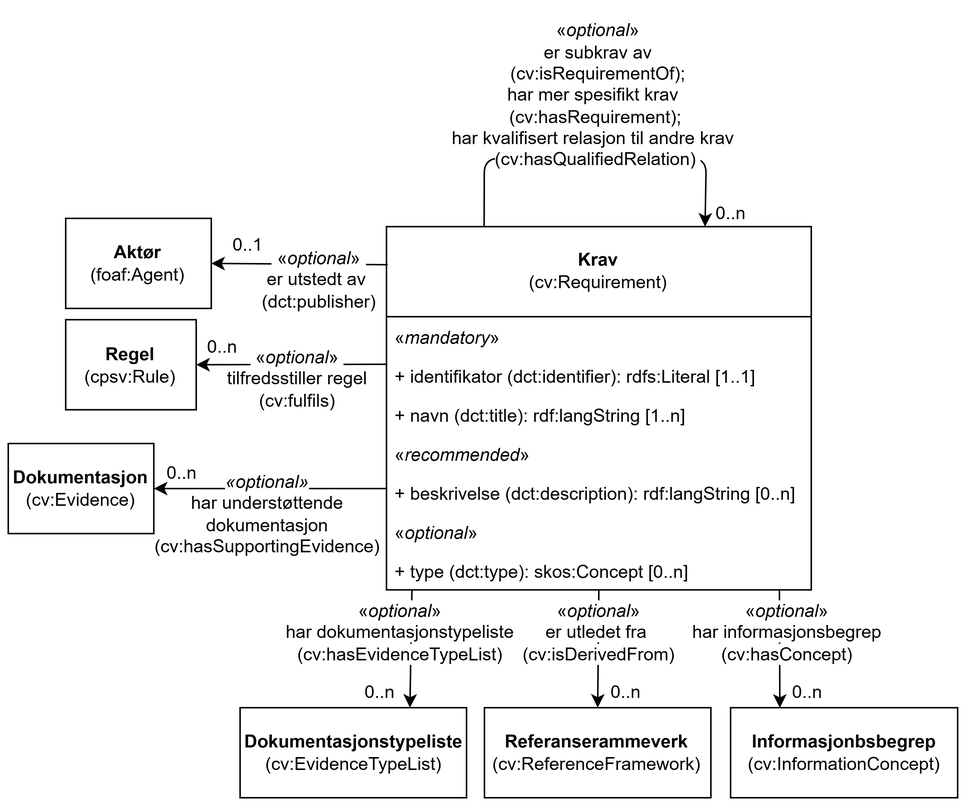
Earlier version of the draw.io export docs/images/KlassenKrav.png (Informasjonsforvaltning/cccev-ap-no). Source tidied: cells renumbered, new cells last; positions are measured from the earlier drawing's top-left corner, leaving out a move shared by most shapes.
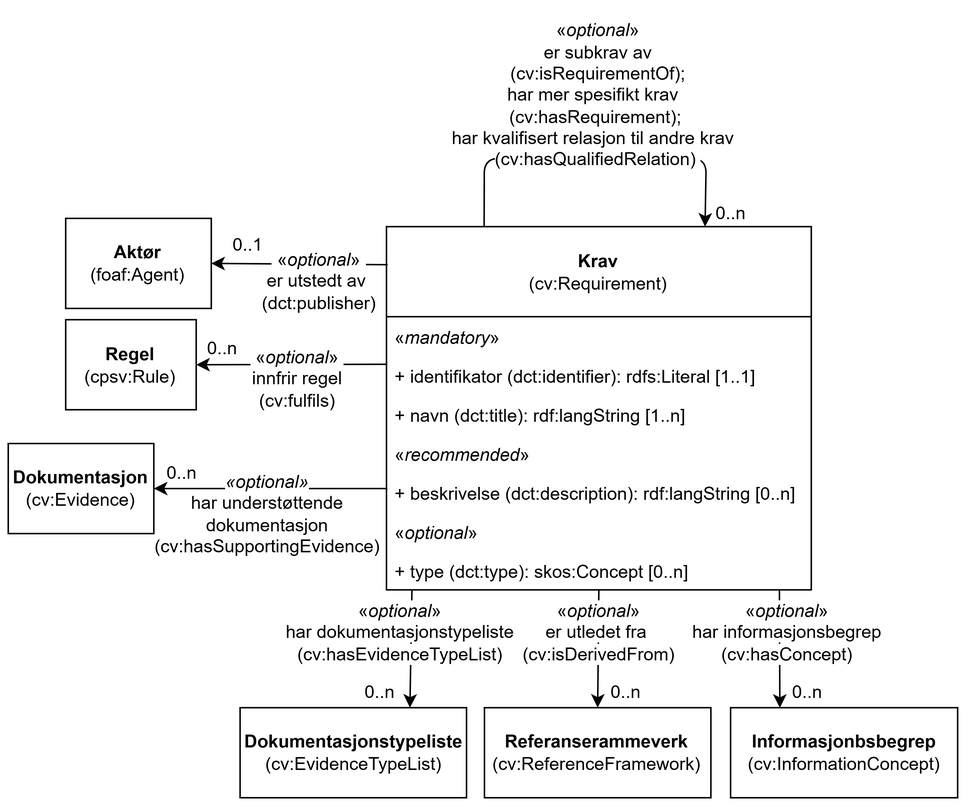
The same file after the commit.

Commit message:
Justerer egenskapsnavn "Innfrir regel" etter gj.gang av KSF

The edit, as a diff of the source:
```diff
@@ -10,7 +10,7 @@
         <mxPoint x="252.7" y="237.2" as="sourcePoint" />
       </mxGeometry>
     </mxCell>
-    <mxCell id="4" value="&lt;span style=&quot;background-color: rgb(255, 255, 255);&quot;&gt;&amp;nbsp;«&lt;i style=&quot;&quot;&gt;optional&lt;/i&gt;»&amp;nbsp;&lt;br&gt;tilfredsstiller regel&lt;br&gt;(cv:fulfils)&lt;/span&gt;" style="text;html=1;strokeColor=none;fillColor=none;align=center;verticalAlign=middle;whiteSpace=wrap;rounded=0;" parent="1" vertex="1">
+    <mxCell id="4" value="&lt;span style=&quot;background-color: rgb(255, 255, 255);&quot;&gt;&amp;nbsp;«&lt;i style=&quot;&quot;&gt;optional&lt;/i&gt;»&amp;nbsp;&lt;br&gt;innfrir regel&lt;br&gt;(cv:fulfils)&lt;/span&gt;" style="text;html=1;strokeColor=none;fillColor=none;align=center;verticalAlign=middle;whiteSpace=wrap;rounded=0;" parent="1" vertex="1">
       <mxGeometry x="135.9" y="220.5" width="113.6" height="52" as="geometry" />
     </mxCell>
     <mxCell id="5" value="0..n" style="text;html=1;strokeColor=none;fillColor=none;align=center;verticalAlign=middle;whiteSpace=wrap;rounded=0;" parent="1" vertex="1">
```
